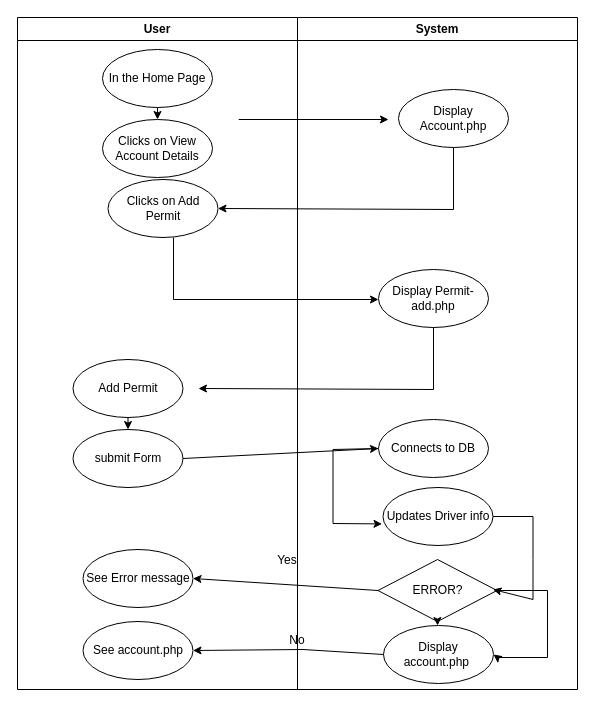
Before: Permit Add.drawio in DataWizMaster/Web-Application-Development, a draw.io diagram. Source tidied: cells renumbered, new cells numbered last; positions are measured from the earlier drawing's top-left corner, leaving out a move shared by most shapes. Both pictures are drawn from the tidied source at 100%, with x=0, y=0 at pixel (17, 17).
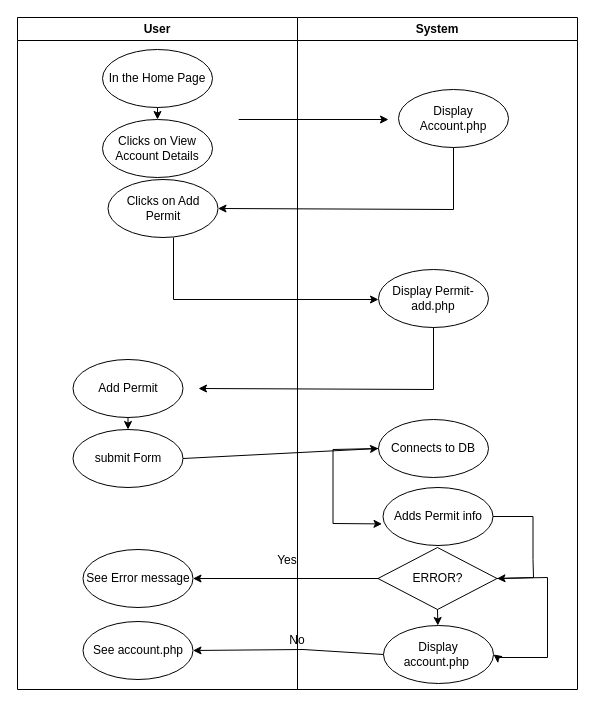
The same diagram, later.

The change refers to these unchanged cells:
```xml
<mxCell id="8" value="System" style="swimlane;whiteSpace=wrap;" parent="1" vertex="1">
  <mxGeometry x="280" width="280" height="672" as="geometry" />
</mxCell>
<mxCell id="21" value="Display account.php&amp;nbsp;" style="ellipse;whiteSpace=wrap;html=1;" parent="8" vertex="1">
  <mxGeometry x="86" y="608" width="110" height="58" as="geometry" />
</mxCell>
```

Diff of the diagram source:
```diff
@@
-    <mxCell id="19" value="Updates Driver info" style="ellipse;whiteSpace=wrap;html=1;" parent="8" vertex="1">
+    <mxCell id="19" value="Adds Permit info" style="ellipse;whiteSpace=wrap;html=1;" parent="8" vertex="1">
       <mxGeometry x="85.5" y="470" width="110" height="58" as="geometry" />
     </mxCell>
     <mxCell id="20" value="ERROR?" style="rhombus;whiteSpace=wrap;html=1;" parent="8" vertex="1">
-      <mxGeometry x="80.5" y="542" width="119" height="62" as="geometry" />
+      <mxGeometry x="80.5" y="530" width="119" height="62" as="geometry" />
     </mxCell>
@@
-    <mxCell id="23" style="endArrow=classic;html=1;rounded=0;exitX=1;exitY=0.5;exitDx=0;exitDy=0;" parent="8" edge="1" source="19">
+    <mxCell id="23" style="endArrow=classic;html=1;rounded=0;exitX=1;exitY=0.5;exitDx=0;exitDy=0;entryX=1;entryY=0.5;entryDx=0;entryDy=0;" parent="8" edge="1" source="19" target="20">
       <mxGeometry relative="1" as="geometry">
-        <mxPoint x="195.5" y="572" as="targetPoint" />
         <Array as="points">
           <mxPoint x="235.5" y="499" />
           <mxPoint x="235.5" y="542" />
-          <mxPoint x="235.5" y="582" />
+          <mxPoint x="236" y="560" />
         </Array>
       </mxGeometry>
     </mxCell>
@@
     <mxCell id="25" style="endArrow=classic;html=1;rounded=0;exitX=1;exitY=0.5;exitDx=0;exitDy=0;entryX=1;entryY=0.5;entryDx=0;entryDy=0;" parent="8" edge="1" source="20" target="21">
       <mxGeometry relative="1" as="geometry">
         <Array as="points">
-          <mxPoint x="250" y="573" />
+          <mxPoint x="250" y="560" />
           <mxPoint x="250" y="640" />
           <mxPoint x="200" y="640" />
         </Array>
       </mxGeometry>
     </mxCell>
```
